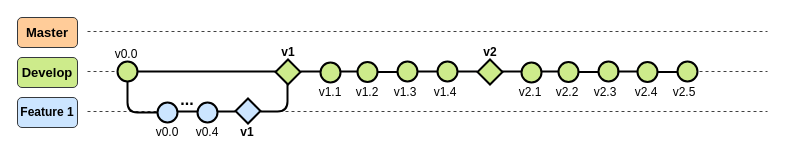
This is page "Develop" (2 of 3) of 03_ImagenesRepo/01_GitFlow.drawio from LEOSZ8/Tesis_Msc_LSZ, a draw.io file, before an edit. Source tidied: cells renumbered, new cells numbered last; positions are measured from the earlier drawing's top-left corner, leaving out a move shared by most shapes. Both pictures are drawn from the tidied source at 100%, with x=0, y=0 at pixel (17, 17).
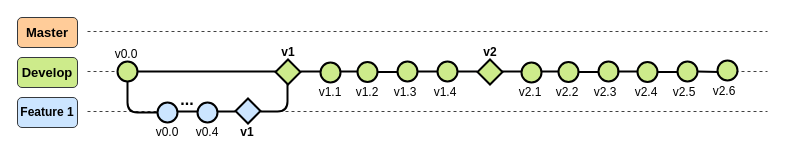
After the change.

Change to the diagram source:
```diff
@@
+    <mxCell id="54" style="edgeStyle=orthogonalEdgeStyle;rounded=0;jettySize=auto;html=1;endArrow=none;endFill=0;strokeWidth=2;" parent="1" edge="1" target="55">
+      <mxGeometry relative="1" as="geometry">
+        <mxPoint x="680" y="54" as="sourcePoint" />
+      </mxGeometry>
+    </mxCell>
+    <mxCell id="55" style="ellipse;whiteSpace=wrap;html=1;fillColor=#CDEB8B;strokeColor=#000000;strokeWidth=2;" parent="1" vertex="1">
+      <mxGeometry x="700" y="43" width="20" height="20" as="geometry" />
+    </mxCell>
+    <mxCell id="56" value="v2.6" style="text;html=1;align=center;verticalAlign=middle;whiteSpace=wrap;rounded=0;" parent="1" vertex="1">
+      <mxGeometry x="692" y="69" width="30" height="10" as="geometry" />
+    </mxCell>
```
